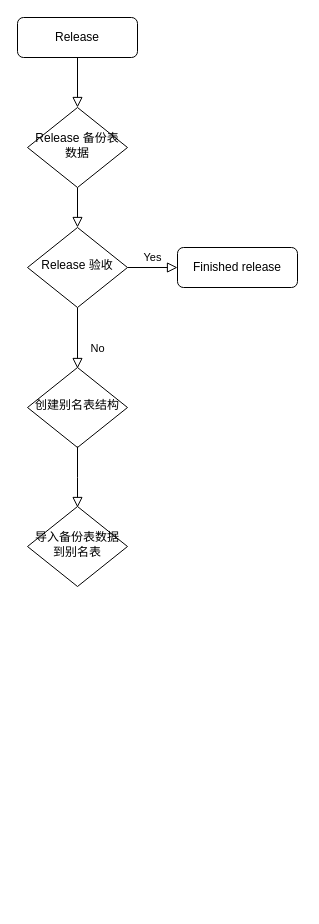
The draw.io diagram Untitled1 Diagram.drawio in leiting6/diagrams, before the edit. Source tidied: cells renumbered, new cells numbered last; positions are measured from the earlier drawing's top-left corner, leaving out a move shared by most shapes. Both pictures are drawn from the tidied source at 100%, with x=0, y=0 at pixel (17, 17).
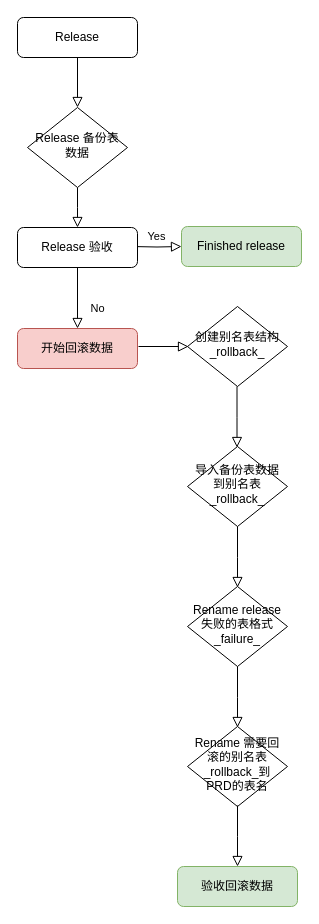
The same page after the edit.

The change refers to these unchanged cells:
```xml
<mxCell id="5" value="Release 备份表数据" style="rhombus;whiteSpace=wrap;html=1;shadow=0;fontFamily=Helvetica;fontSize=12;align=center;strokeWidth=1;spacing=6;spacingTop=-4;" parent="1" vertex="1">
  <mxGeometry x="10" y="90" width="100" height="80" as="geometry" />
</mxCell>
```

Change to the diagram source:
```diff
@@
-    <mxCell id="4" style="rounded=0;html=1;jettySize=auto;fontSize=11;endArrow=block;endFill=0;endSize=8;strokeWidth=1;shadow=0;labelBackgroundColor=none;edgeStyle=orthogonalEdgeStyle;" parent="1" edge="1" source="5" target="8">
-      <mxGeometry y="20" relative="1" as="geometry" />
+    <mxCell id="4" style="rounded=0;html=1;jettySize=auto;fontSize=11;endArrow=block;endFill=0;endSize=8;strokeWidth=1;shadow=0;labelBackgroundColor=none;edgeStyle=orthogonalEdgeStyle;" parent="1" edge="1" source="5">
+      <mxGeometry y="20" relative="1" as="geometry">
+        <mxPoint x="60" y="210" as="targetPoint" />
+      </mxGeometry>
     </mxCell>
@@
-    <mxCell id="6" value="No" style="rounded=0;html=1;jettySize=auto;fontSize=11;endArrow=block;endFill=0;endSize=8;strokeWidth=1;shadow=0;labelBackgroundColor=none;edgeStyle=orthogonalEdgeStyle;" parent="1" edge="1" source="8">
+    <mxCell id="6" value="No" style="rounded=0;html=1;jettySize=auto;orthogonalLoop=1;fontSize=11;endArrow=block;endFill=0;endSize=8;strokeWidth=1;shadow=0;labelBackgroundColor=none;edgeStyle=orthogonalEdgeStyle;" parent="1" edge="1">
       <mxGeometry x="0.33" y="20" relative="1" as="geometry">
-        <mxPoint x="60" y="351" as="targetPoint" />
+        <mxPoint x="60" y="250" as="sourcePoint" />
+        <mxPoint x="60" y="311" as="targetPoint" />
       </mxGeometry>
     </mxCell>
-    <mxCell id="7" value="Yes" style="edgeStyle=orthogonalEdgeStyle;rounded=0;html=1;jettySize=auto;fontSize=11;endArrow=block;endFill=0;endSize=8;strokeWidth=1;shadow=0;labelBackgroundColor=none;" parent="1" edge="1" source="8" target="9">
-      <mxGeometry y="10" relative="1" as="geometry" />
+    <mxCell id="7" value="Yes" style="edgeStyle=orthogonalEdgeStyle;rounded=0;html=1;jettySize=auto;fontSize=11;endArrow=block;endFill=0;endSize=8;strokeWidth=1;shadow=0;labelBackgroundColor=none;" parent="1" edge="1" target="9">
+      <mxGeometry y="10" relative="1" as="geometry">
+        <mxPoint x="114" y="229" as="sourcePoint" />
+      </mxGeometry>
     </mxCell>
-    <mxCell id="8" value="Release 验收" style="rhombus;whiteSpace=wrap;html=1;shadow=0;fontFamily=Helvetica;fontSize=12;align=center;strokeWidth=1;spacing=6;spacingTop=-4;" parent="1" vertex="1">
-      <mxGeometry x="10" y="210" width="100" height="80" as="geometry" />
-    </mxCell>
-    <mxCell id="9" value="Finished release" style="rounded=1;whiteSpace=wrap;html=1;fontSize=12;glass=0;strokeWidth=1;shadow=0;" parent="1" vertex="1">
-      <mxGeometry x="160" y="230" width="120" height="40" as="geometry" />
+    <mxCell id="9" value="Finished release" style="rounded=1;whiteSpace=wrap;html=1;fontSize=12;glass=0;strokeWidth=1;shadow=0;fillColor=#d5e8d4;strokeColor=#82b366;" parent="1" vertex="1">
+      <mxGeometry x="164" y="209" width="120" height="40" as="geometry" />
     </mxCell>
-    <mxCell id="10" value="创建别名表结构" style="rhombus;whiteSpace=wrap;html=1;shadow=0;fontFamily=Helvetica;fontSize=12;align=center;strokeWidth=1;spacing=6;spacingTop=-4;" parent="1" vertex="1">
-      <mxGeometry x="10" y="350" width="100" height="80" as="geometry" />
+    <mxCell id="10" value="创建别名表结构 _rollback_" style="rhombus;whiteSpace=wrap;html=1;shadow=0;fontFamily=Helvetica;fontSize=12;align=center;strokeWidth=1;spacing=6;spacingTop=-4;" parent="1" vertex="1">
+      <mxGeometry x="170" y="289" width="100" height="80" as="geometry" />
     </mxCell>
     <mxCell id="11" style="rounded=0;html=1;jettySize=auto;orthogonalLoop=1;fontSize=11;endArrow=block;endFill=0;endSize=8;strokeWidth=1;shadow=0;labelBackgroundColor=none;edgeStyle=orthogonalEdgeStyle;" parent="1" edge="1">
       <mxGeometry x="0.33" y="20" relative="1" as="geometry">
-        <mxPoint x="60" y="429" as="sourcePoint" />
-        <mxPoint x="60" y="490" as="targetPoint" />
+        <mxPoint x="219.5" y="369" as="sourcePoint" />
+        <mxPoint x="219.5" y="430" as="targetPoint" />
         <Array as="points">
-          <mxPoint x="60" y="460" />
-          <mxPoint x="60" y="460" />
+          <mxPoint x="219.5" y="400" />
+          <mxPoint x="219.5" y="400" />
         </Array>
       </mxGeometry>
     </mxCell>
-    <mxCell id="12" value="导入备份表数据到别名表" style="rhombus;whiteSpace=wrap;html=1;shadow=0;fontFamily=Helvetica;fontSize=12;align=center;strokeWidth=1;spacing=6;spacingTop=-4;" parent="1" vertex="1">
-      <mxGeometry x="10" y="489" width="100" height="80" as="geometry" />
+    <mxCell id="12" value="导入备份表数据到别名表 _rollback_" style="rhombus;whiteSpace=wrap;html=1;shadow=0;fontFamily=Helvetica;fontSize=12;align=center;strokeWidth=1;spacing=6;spacingTop=-4;" parent="1" vertex="1">
+      <mxGeometry x="170" y="429" width="100" height="80" as="geometry" />
     </mxCell>
+    <mxCell id="13" style="rounded=0;html=1;jettySize=auto;orthogonalLoop=1;fontSize=11;endArrow=block;endFill=0;endSize=8;strokeWidth=1;shadow=0;labelBackgroundColor=none;edgeStyle=orthogonalEdgeStyle;" parent="1" edge="1">
+      <mxGeometry x="0.33" y="20" relative="1" as="geometry">
+        <mxPoint x="220" y="509" as="sourcePoint" />
+        <mxPoint x="220" y="570" as="targetPoint" />
+        <Array as="points">
+          <mxPoint x="220" y="540" />
+          <mxPoint x="220" y="540" />
+        </Array>
+      </mxGeometry>
+    </mxCell>
+    <mxCell id="14" value="Rename release失败的表格式 _failure_" style="rhombus;whiteSpace=wrap;html=1;shadow=0;fontFamily=Helvetica;fontSize=12;align=center;strokeWidth=1;spacing=6;spacingTop=-4;" parent="1" vertex="1">
+      <mxGeometry x="170" y="569" width="100" height="80" as="geometry" />
+    </mxCell>
+    <mxCell id="15" style="rounded=0;html=1;jettySize=auto;orthogonalLoop=1;fontSize=11;endArrow=block;endFill=0;endSize=8;strokeWidth=1;shadow=0;labelBackgroundColor=none;edgeStyle=orthogonalEdgeStyle;" parent="1" edge="1">
+      <mxGeometry x="0.33" y="20" relative="1" as="geometry">
+        <mxPoint x="220" y="649" as="sourcePoint" />
+        <mxPoint x="220" y="710" as="targetPoint" />
+        <Array as="points">
+          <mxPoint x="220" y="680" />
+          <mxPoint x="220" y="680" />
+        </Array>
+      </mxGeometry>
+    </mxCell>
+    <mxCell id="16" value="Rename 需要回滚的别名表_rollback_到PRD的表名" style="rhombus;whiteSpace=wrap;html=1;shadow=0;fontFamily=Helvetica;fontSize=12;align=center;strokeWidth=1;spacing=6;spacingTop=-4;" parent="1" vertex="1">
+      <mxGeometry x="170" y="709" width="100" height="80" as="geometry" />
+    </mxCell>
+    <mxCell id="17" value="开始回滚数据" style="rounded=1;whiteSpace=wrap;html=1;fontSize=12;glass=0;strokeWidth=1;shadow=0;fillColor=#f8cecc;strokeColor=#b85450;" parent="1" vertex="1">
+      <mxGeometry y="311" width="120" height="40" as="geometry" />
+    </mxCell>
+    <mxCell id="18" style="edgeStyle=orthogonalEdgeStyle;rounded=0;html=1;jettySize=auto;orthogonalLoop=1;fontSize=11;endArrow=block;endFill=0;endSize=8;strokeWidth=1;shadow=0;labelBackgroundColor=none;" parent="1" edge="1">
+      <mxGeometry y="10" relative="1" as="geometry">
+        <mxPoint x="121" y="329" as="sourcePoint" />
+        <mxPoint x="171" y="329" as="targetPoint" />
+      </mxGeometry>
+    </mxCell>
+    <mxCell id="19" style="rounded=0;html=1;jettySize=auto;orthogonalLoop=1;fontSize=11;endArrow=block;endFill=0;endSize=8;strokeWidth=1;shadow=0;labelBackgroundColor=none;edgeStyle=orthogonalEdgeStyle;" parent="1" edge="1">
+      <mxGeometry x="0.33" y="20" relative="1" as="geometry">
+        <mxPoint x="220" y="788" as="sourcePoint" />
+        <mxPoint x="220" y="849" as="targetPoint" />
+        <Array as="points">
+          <mxPoint x="220" y="819" />
+          <mxPoint x="220" y="819" />
+        </Array>
+      </mxGeometry>
+    </mxCell>
+    <mxCell id="8" value="Release 验收" style="rounded=1;whiteSpace=wrap;html=1;fontSize=12;glass=0;strokeWidth=1;shadow=0;" parent="1" vertex="1">
+      <mxGeometry y="210" width="120" height="40" as="geometry" />
+    </mxCell>
+    <mxCell id="20" value="验收回滚数据" style="rounded=1;whiteSpace=wrap;html=1;fontSize=12;glass=0;strokeWidth=1;shadow=0;fillColor=#d5e8d4;strokeColor=#82b366;" parent="1" vertex="1">
+      <mxGeometry x="160" y="849" width="120" height="40" as="geometry" />
+    </mxCell>
```
